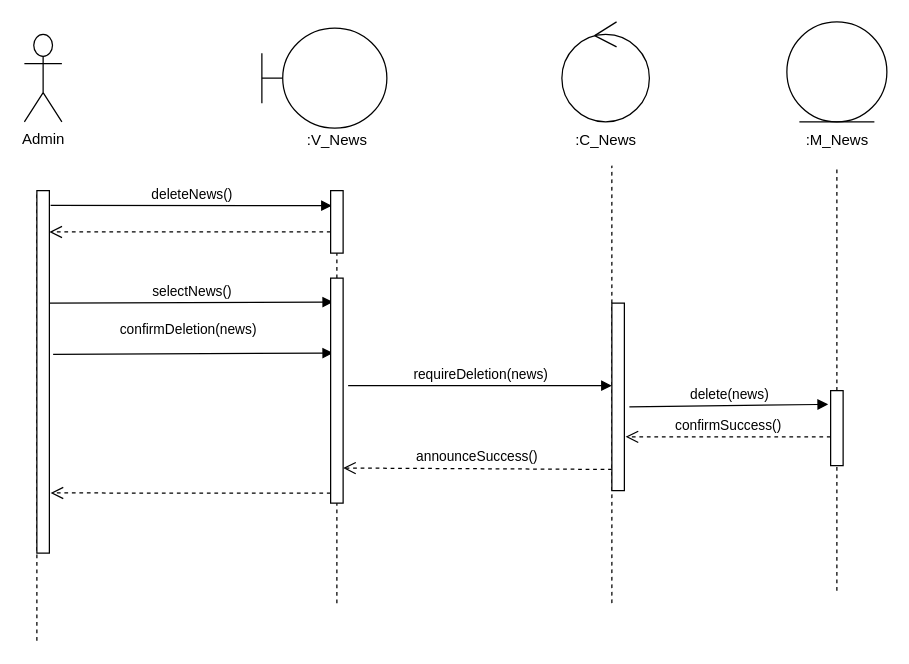
Earlier version of the draw.io diagram Sequence/XoaTinTuc.drawio (hoangminh15/PTTKHT). Source tidied: cells renumbered, new cells numbered last; positions are measured from the earlier drawing's top-left corner, leaving out a move shared by most shapes. Both pictures are drawn from the tidied source at 125%, with x=0, y=0 at pixel (24, 21).
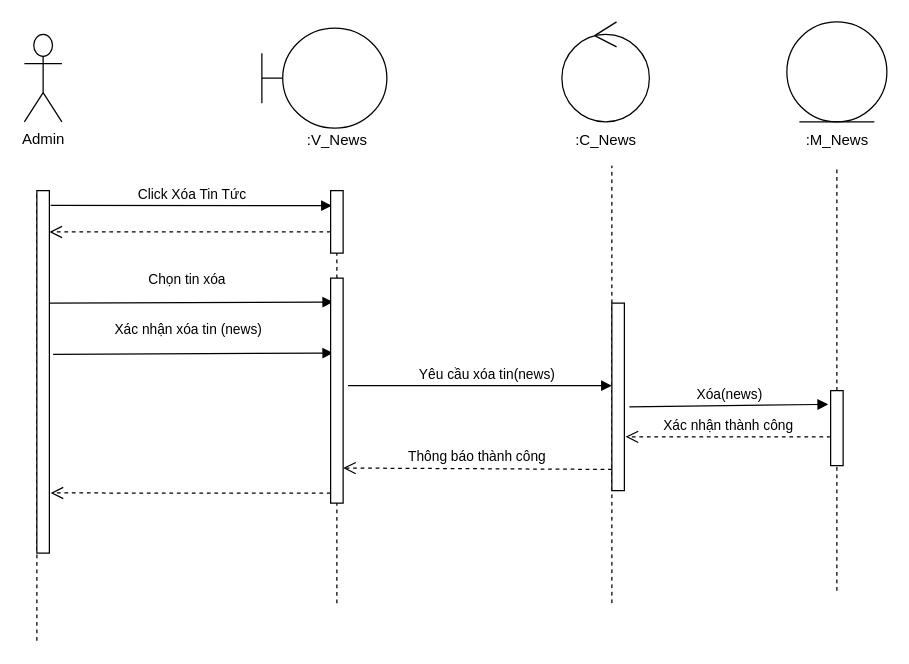
The same diagram, later.

The change refers to these unchanged cells:
```xml
<mxCell id="14" style="html=1;points=[];perimeter=orthogonalPerimeter;" parent="1" vertex="1">
  <mxGeometry x="245" y="135" width="10" height="50" as="geometry" />
</mxCell>
<mxCell id="16" style="html=1;points=[];perimeter=orthogonalPerimeter;" parent="1" vertex="1">
  <mxGeometry x="10" y="135" width="10" height="290" as="geometry" />
</mxCell>
<mxCell id="17" style="html=1;points=[];perimeter=orthogonalPerimeter;" parent="1" vertex="1">
  <mxGeometry x="245" y="205" width="10" height="180" as="geometry" />
</mxCell>
<mxCell id="21" style="html=1;points=[];perimeter=orthogonalPerimeter;" parent="1" vertex="1">
  <mxGeometry x="470" y="225" width="10" height="150" as="geometry" />
</mxCell>
```

What changed in the source:
```diff
@@
-    <mxCell id="2" value="deleteNews()" style="html=1;verticalAlign=bottom;endArrow=block;exitX=1.1;exitY=0.041;exitDx=0;exitDy=0;exitPerimeter=0;entryX=0.1;entryY=0.24;entryDx=0;entryDy=0;entryPerimeter=0;" parent="1" edge="1" source="16" target="14">
+    <mxCell id="2" value="Click Xóa Tin Tức" style="html=1;verticalAlign=bottom;endArrow=block;exitX=1.1;exitY=0.041;exitDx=0;exitDy=0;exitPerimeter=0;entryX=0.1;entryY=0.24;entryDx=0;entryDy=0;entryPerimeter=0;" parent="1" edge="1" source="16" target="14">
       <mxGeometry relative="1" as="geometry" />
     </mxCell>
@@
-    <mxCell id="4" value="selectNews()" style="html=1;verticalAlign=bottom;endArrow=block;exitX=1;exitY=0.345;exitDx=0;exitDy=0;exitPerimeter=0;entryX=0.2;entryY=0.106;entryDx=0;entryDy=0;entryPerimeter=0;" parent="1" edge="1" target="17">
-      <mxGeometry relative="1" as="geometry">
+    <mxCell id="4" value="Chọn tin xóa" style="html=1;verticalAlign=bottom;endArrow=block;exitX=1;exitY=0.345;exitDx=0;exitDy=0;exitPerimeter=0;entryX=0.2;entryY=0.106;entryDx=0;entryDy=0;entryPerimeter=0;" parent="1" edge="1" target="17">
+      <mxGeometry x="-0.03" y="10" relative="1" as="geometry">
         <mxPoint x="20" y="225" as="sourcePoint" />
       </mxGeometry>
     </mxCell>
-    <mxCell id="5" value="confirmDeletion(news)" style="html=1;verticalAlign=bottom;endArrow=block;exitX=1.3;exitY=0.452;exitDx=0;exitDy=0;exitPerimeter=0;entryX=0.2;entryY=0.333;entryDx=0;entryDy=0;entryPerimeter=0;" parent="1" edge="1" source="16" target="17">
+    <mxCell id="5" value="Xác nhận xóa tin (news)" style="html=1;verticalAlign=bottom;endArrow=block;exitX=1.3;exitY=0.452;exitDx=0;exitDy=0;exitPerimeter=0;entryX=0.2;entryY=0.333;entryDx=0;entryDy=0;entryPerimeter=0;" parent="1" edge="1" source="16" target="17">
       <mxGeometry x="-0.04" y="11" relative="1" as="geometry" />
     </mxCell>
-    <mxCell id="6" value="requireDeletion(news)" style="html=1;verticalAlign=bottom;endArrow=block;exitX=1.4;exitY=0.478;exitDx=0;exitDy=0;exitPerimeter=0;" parent="1" edge="1" source="17" target="21">
-      <mxGeometry relative="1" as="geometry" />
+    <mxCell id="6" value="Yêu cầu xóa tin(news)" style="html=1;verticalAlign=bottom;endArrow=block;exitX=1.4;exitY=0.478;exitDx=0;exitDy=0;exitPerimeter=0;" parent="1" edge="1" source="17" target="21">
+      <mxGeometry x="0.05" relative="1" as="geometry" />
     </mxCell>
-    <mxCell id="7" value="announceSuccess()" style="html=1;verticalAlign=bottom;endArrow=open;dashed=1;endSize=8;exitX=0;exitY=0.887;exitDx=0;exitDy=0;exitPerimeter=0;entryX=1;entryY=0.844;entryDx=0;entryDy=0;entryPerimeter=0;" parent="1" edge="1" source="21" target="17">
+    <mxCell id="7" value="Thông báo thành công" style="html=1;verticalAlign=bottom;endArrow=open;dashed=1;endSize=8;exitX=0;exitY=0.887;exitDx=0;exitDy=0;exitPerimeter=0;entryX=1;entryY=0.844;entryDx=0;entryDy=0;entryPerimeter=0;" parent="1" edge="1" source="21" target="17">
       <mxGeometry relative="1" as="geometry" />
     </mxCell>
@@
-    <mxCell id="26" value="delete(news)" style="html=1;verticalAlign=bottom;endArrow=block;exitX=1.4;exitY=0.553;exitDx=0;exitDy=0;exitPerimeter=0;" parent="1" edge="1" source="21">
+    <mxCell id="26" value="Xóa(news)" style="html=1;verticalAlign=bottom;endArrow=block;exitX=1.4;exitY=0.553;exitDx=0;exitDy=0;exitPerimeter=0;" parent="1" edge="1" source="21">
       <mxGeometry relative="1" as="geometry">
         <mxPoint x="643" y="306" as="targetPoint" />
       </mxGeometry>
     </mxCell>
@@
-    <mxCell id="29" value="&lt;div&gt;confirmSuccess()&lt;/div&gt;" style="html=1;verticalAlign=bottom;endArrow=open;dashed=1;endSize=8;entryX=1.1;entryY=0.713;entryDx=0;entryDy=0;entryPerimeter=0;" parent="1" edge="1" target="21">
+    <mxCell id="29" value="Xác nhận thành công" style="html=1;verticalAlign=bottom;endArrow=open;dashed=1;endSize=8;entryX=1.1;entryY=0.713;entryDx=0;entryDy=0;entryPerimeter=0;" parent="1" edge="1" target="21">
       <mxGeometry relative="1" as="geometry">
         <mxPoint x="645" y="332" as="sourcePoint" />
       </mxGeometry>
     </mxCell>
```
